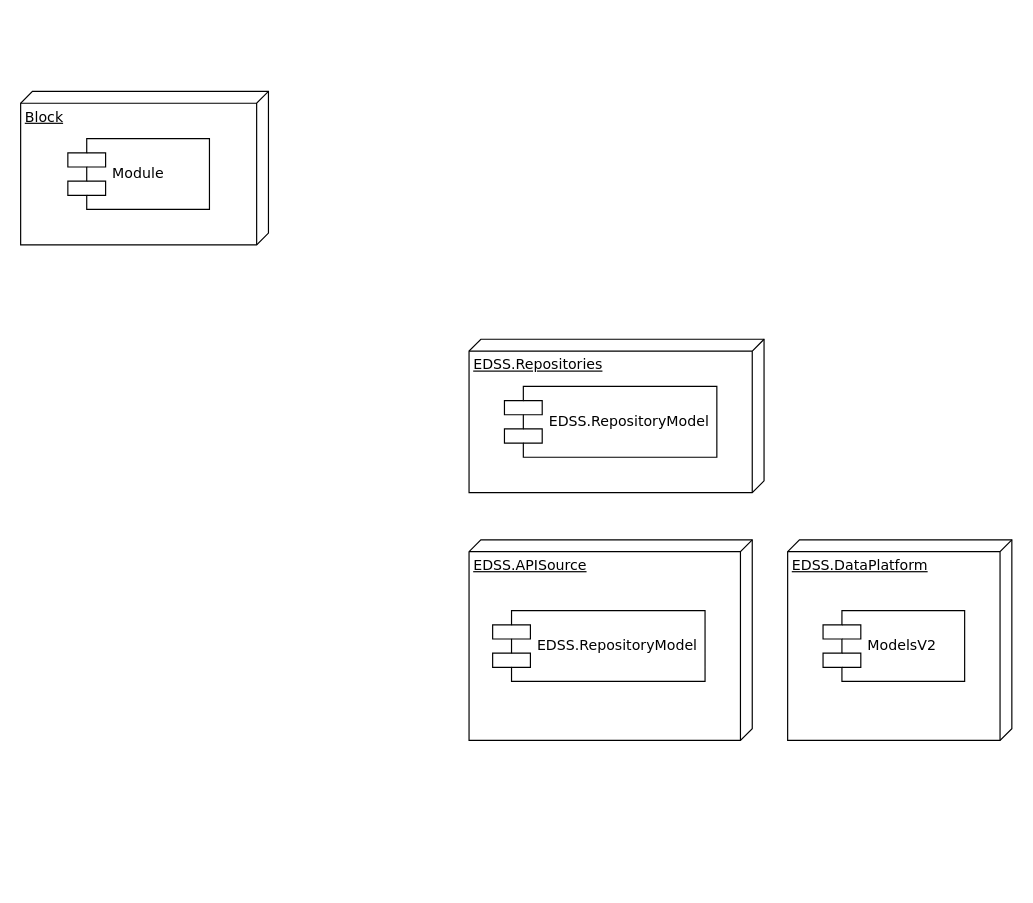
The draw.io diagram Untitled Diagram.drawio in zmh0624/ZMH.Common, before the edit. Source tidied: cells renumbered, new cells numbered last; positions are measured from the earlier drawing's top-left corner, leaving out a move shared by most shapes. Both pictures are drawn from the tidied source at 118%, with x=0, y=0 at pixel (20, 91).
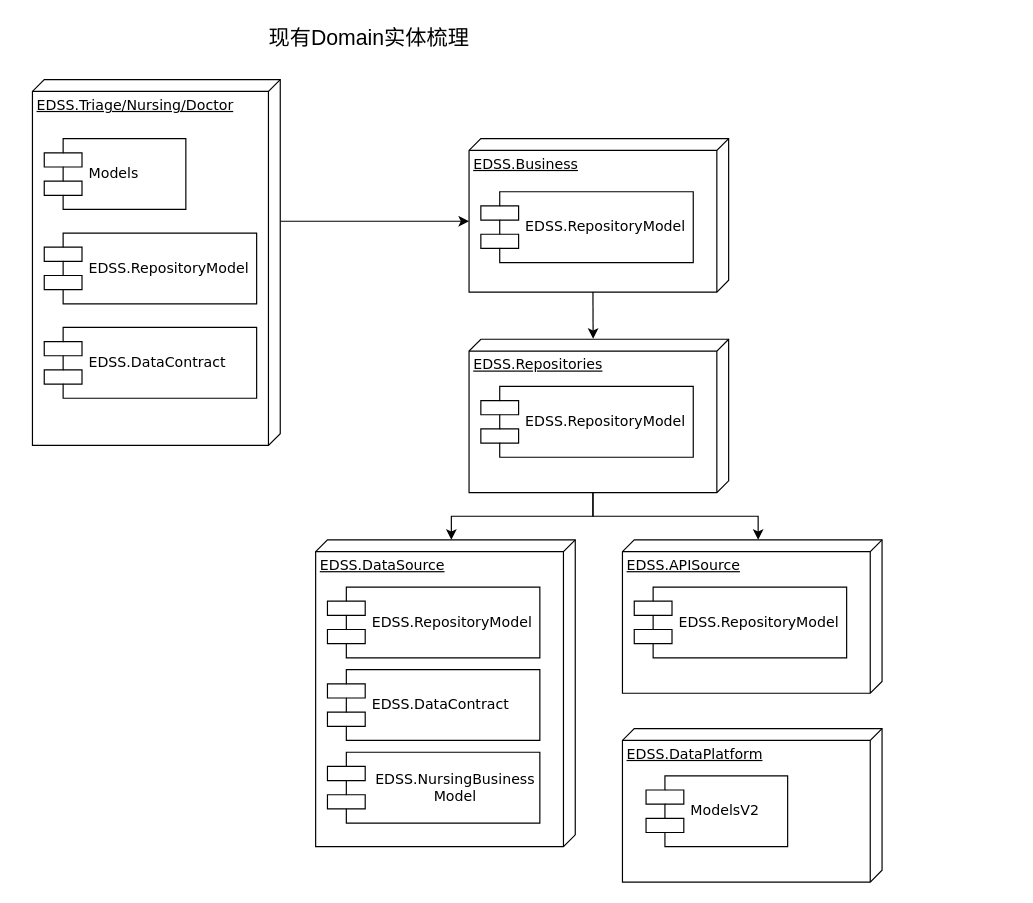
Above is the later version.

Diff of the diagram source:
```diff
@@
+    <mxCell id="10" style="edgeStyle=orthogonalEdgeStyle;rounded=0;jettySize=auto;html=1;exitX=0;exitY=0;exitDx=120;exitDy=0;exitPerimeter=0;entryX=0;entryY=0;entryDx=70;entryDy=220;entryPerimeter=0;" parent="1" edge="1" source="2" target="14">
+      <mxGeometry relative="1" as="geometry" />
+    </mxCell>
-    <mxCell id="2" value="Block" style="verticalAlign=top;align=left;spacingTop=8;spacingLeft=2;spacingRight=12;shape=cube;size=10;direction=south;fontStyle=4;html=1;rounded=0;shadow=0;comic=0;labelBackgroundColor=none;strokeWidth=1;fontFamily=Verdana;fontSize=12;" parent="1" vertex="1">
-      <mxGeometry width="210" height="130" as="geometry" />
+    <mxCell id="2" value="EDSS.Triage/Nursing/Doctor" style="verticalAlign=top;align=left;spacingTop=8;spacingLeft=2;spacingRight=12;shape=cube;size=10;direction=south;fontStyle=4;html=1;rounded=0;shadow=0;comic=0;labelBackgroundColor=none;strokeWidth=1;fontFamily=Verdana;fontSize=12;" parent="1" vertex="1">
+      <mxGeometry x="10" y="-10" width="210" height="310" as="geometry" />
     </mxCell>
-    <mxCell id="3" value="Module" style="shape=component;align=left;spacingLeft=36;rounded=0;shadow=0;comic=0;labelBackgroundColor=none;strokeWidth=1;fontFamily=Verdana;fontSize=12;html=1;" parent="1" vertex="1">
-      <mxGeometry x="40" y="40" width="120" height="60" as="geometry" />
+    <mxCell id="3" value="Models" style="shape=component;align=left;spacingLeft=36;rounded=0;shadow=0;comic=0;labelBackgroundColor=none;strokeWidth=1;fontFamily=Verdana;fontSize=12;html=1;" parent="1" vertex="1">
+      <mxGeometry x="20" y="40" width="120" height="60" as="geometry" />
     </mxCell>
+    <mxCell id="11" style="edgeStyle=orthogonalEdgeStyle;rounded=0;jettySize=auto;html=1;exitX=0;exitY=0;exitDx=130;exitDy=115;exitPerimeter=0;fontSize=18;entryX=0;entryY=0;entryDx=0;entryDy=105;entryPerimeter=0;" parent="1" edge="1" source="4" target="19">
+      <mxGeometry relative="1" as="geometry" />
+    </mxCell>
+    <mxCell id="12" style="edgeStyle=orthogonalEdgeStyle;rounded=0;jettySize=auto;html=1;exitX=0;exitY=0;exitDx=130;exitDy=115;exitPerimeter=0;entryX=0;entryY=0;entryDx=0;entryDy=105;entryPerimeter=0;fontSize=18;" parent="1" edge="1" source="4" target="7">
+      <mxGeometry relative="1" as="geometry" />
+    </mxCell>
     <mxCell id="4" value="EDSS.Repositories" style="verticalAlign=top;align=left;spacingTop=8;spacingLeft=2;spacingRight=12;shape=cube;size=10;direction=south;fontStyle=4;html=1;rounded=0;shadow=0;comic=0;labelBackgroundColor=none;strokeWidth=1;fontFamily=Verdana;fontSize=12;" parent="1" vertex="1">
-      <mxGeometry x="380" y="210" width="250" height="130" as="geometry" />
+      <mxGeometry x="380" y="210" width="220" height="130" as="geometry" />
     </mxCell>
     <mxCell id="5" value="EDSS.RepositoryModel" style="shape=component;align=left;spacingLeft=36;rounded=0;shadow=0;comic=0;labelBackgroundColor=none;strokeWidth=1;fontFamily=Verdana;fontSize=12;html=1;" parent="1" vertex="1">
-      <mxGeometry x="410" y="250" width="180" height="60" as="geometry" />
+      <mxGeometry x="390" y="250" width="180" height="60" as="geometry" />
     </mxCell>
     <mxCell id="6" value="EDSS.DataPlatform" style="verticalAlign=top;align=left;spacingTop=8;spacingLeft=2;spacingRight=12;shape=cube;size=10;direction=south;fontStyle=4;html=1;rounded=0;shadow=0;comic=0;labelBackgroundColor=none;strokeWidth=1;fontFamily=Verdana;fontSize=12;" parent="1" vertex="1">
-      <mxGeometry x="650" y="380" width="190" height="170" as="geometry" />
+      <mxGeometry x="510" y="540" width="220" height="130" as="geometry" />
     </mxCell>
     <mxCell id="7" value="EDSS.APISource" style="verticalAlign=top;align=left;spacingTop=8;spacingLeft=2;spacingRight=12;shape=cube;size=10;direction=south;fontStyle=4;html=1;rounded=0;shadow=0;comic=0;labelBackgroundColor=none;strokeWidth=1;fontFamily=Verdana;fontSize=12;" parent="1" vertex="1">
-      <mxGeometry x="380" y="380" width="240" height="170" as="geometry" />
+      <mxGeometry x="510" y="380" width="220" height="130" as="geometry" />
     </mxCell>
     <mxCell id="8" value="ModelsV2" style="shape=component;align=left;spacingLeft=36;rounded=0;shadow=0;comic=0;labelBackgroundColor=none;strokeWidth=1;fontFamily=Verdana;fontSize=12;html=1;" parent="1" vertex="1">
-      <mxGeometry x="680" y="440" width="120" height="60" as="geometry" />
+      <mxGeometry x="530" y="580" width="120" height="60" as="geometry" />
     </mxCell>
     <mxCell id="9" value="EDSS.RepositoryModel" style="shape=component;align=left;spacingLeft=36;rounded=0;shadow=0;comic=0;labelBackgroundColor=none;strokeWidth=1;fontFamily=Verdana;fontSize=12;html=1;" parent="1" vertex="1">
-      <mxGeometry x="400" y="440" width="180" height="60" as="geometry" />
+      <mxGeometry x="520" y="420" width="180" height="60" as="geometry" />
     </mxCell>
+    <mxCell id="13" style="edgeStyle=orthogonalEdgeStyle;rounded=0;jettySize=auto;html=1;exitX=0;exitY=0;exitDx=130;exitDy=115;exitPerimeter=0;entryX=-0.003;entryY=0.522;entryDx=0;entryDy=0;entryPerimeter=0;fontSize=18;" parent="1" edge="1" source="14" target="4">
+      <mxGeometry relative="1" as="geometry" />
+    </mxCell>
+    <mxCell id="14" value="EDSS.Business" style="verticalAlign=top;align=left;spacingTop=8;spacingLeft=2;spacingRight=12;shape=cube;size=10;direction=south;fontStyle=4;html=1;rounded=0;shadow=0;comic=0;labelBackgroundColor=none;strokeWidth=1;fontFamily=Verdana;fontSize=12;" parent="1" vertex="1">
+      <mxGeometry x="380" y="40" width="220" height="130" as="geometry" />
+    </mxCell>
+    <mxCell id="15" value="EDSS.RepositoryModel" style="shape=component;align=left;spacingLeft=36;rounded=0;shadow=0;comic=0;labelBackgroundColor=none;strokeWidth=1;fontFamily=Verdana;fontSize=12;html=1;" parent="1" vertex="1">
+      <mxGeometry x="390" y="85" width="180" height="60" as="geometry" />
+    </mxCell>
+    <mxCell id="16" value="EDSS.RepositoryModel" style="shape=component;align=left;spacingLeft=36;rounded=0;shadow=0;comic=0;labelBackgroundColor=none;strokeWidth=1;fontFamily=Verdana;fontSize=12;html=1;" parent="1" vertex="1">
+      <mxGeometry x="20" y="120" width="180" height="60" as="geometry" />
+    </mxCell>
+    <mxCell id="17" value="EDSS.DataContract" style="shape=component;align=left;spacingLeft=36;rounded=0;shadow=0;comic=0;labelBackgroundColor=none;strokeWidth=1;fontFamily=Verdana;fontSize=12;html=1;" parent="1" vertex="1">
+      <mxGeometry x="20" y="200" width="180" height="60" as="geometry" />
+    </mxCell>
+    <mxCell id="18" value="现有Domain实体梳理" style="text;html=1;align=center;verticalAlign=middle;fillColor=none;strokeColor=none;rounded=0;fontSize=18;" parent="1" vertex="1">
+      <mxGeometry x="200" y="-60" width="190" height="30" as="geometry" />
+    </mxCell>
+    <mxCell id="19" value="EDSS.DataSource" style="verticalAlign=top;align=left;spacingTop=8;spacingLeft=2;spacingRight=12;shape=cube;size=10;direction=south;fontStyle=4;html=1;rounded=0;shadow=0;comic=0;labelBackgroundColor=none;strokeWidth=1;fontFamily=Verdana;fontSize=12;" parent="1" vertex="1">
+      <mxGeometry x="250" y="380" width="220" height="260" as="geometry" />
+    </mxCell>
+    <mxCell id="20" value="EDSS.RepositoryModel" style="shape=component;align=left;spacingLeft=36;rounded=0;shadow=0;comic=0;labelBackgroundColor=none;strokeWidth=1;fontFamily=Verdana;fontSize=12;html=1;" parent="1" vertex="1">
+      <mxGeometry x="260" y="420" width="180" height="60" as="geometry" />
+    </mxCell>
+    <mxCell id="21" value="EDSS.DataContract" style="shape=component;align=left;spacingLeft=36;rounded=0;shadow=0;comic=0;labelBackgroundColor=none;strokeWidth=1;fontFamily=Verdana;fontSize=12;html=1;" parent="1" vertex="1">
+      <mxGeometry x="260" y="490" width="180" height="60" as="geometry" />
+    </mxCell>
+    <mxCell id="22" value="EDSS.NursingBusiness&lt;br&gt;Model" style="shape=component;align=center;spacingLeft=36;rounded=0;shadow=0;comic=0;labelBackgroundColor=none;strokeWidth=1;fontFamily=Verdana;fontSize=12;html=1;" parent="1" vertex="1">
+      <mxGeometry x="260" y="560" width="180" height="60" as="geometry" />
+    </mxCell>
```
